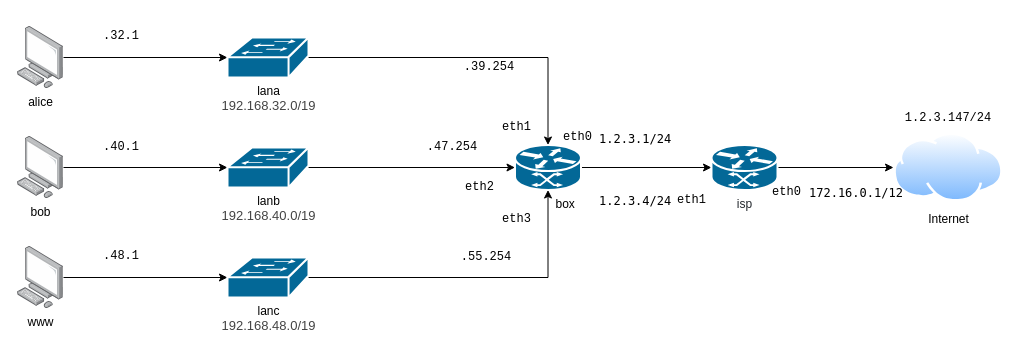
Before: labdev.drawio in Ayce45/labdev, a draw.io diagram. Source tidied: cells renumbered, new cells numbered last; positions are measured from the earlier drawing's top-left corner, leaving out a move shared by most shapes. Both pictures are drawn from the tidied source at 100%, with x=0, y=0 at pixel (17, 26).
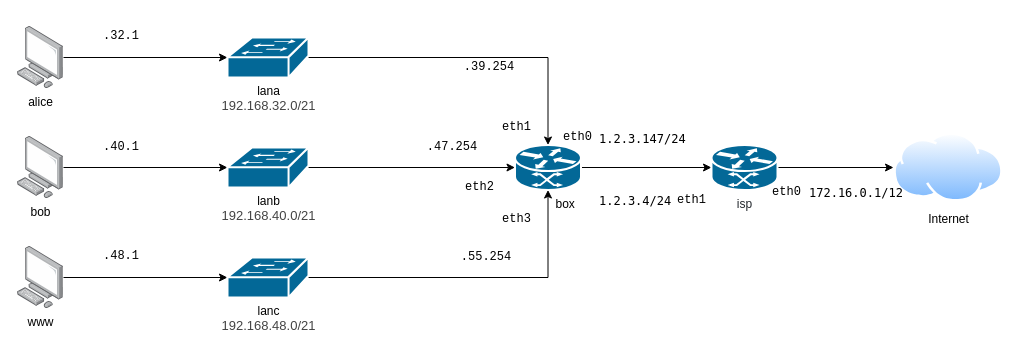
Above is the later version.

What changed in the source:
```diff
@@
-    <mxCell id="5" value="lana&lt;br&gt;&lt;span style=&quot;color: rgb(68 , 68 , 68) ; font-family: , &amp;#34;arial&amp;#34; , &amp;#34;helvetica&amp;#34; , sans-serif ; font-size: 13px ; white-space: normal ; background-color: rgb(255 , 255 , 255)&quot;&gt;192.168.32.0/19&lt;/span&gt;" style="shape=mxgraph.cisco.switches.workgroup_switch;html=1;dashed=0;fillColor=#036897;strokeColor=#ffffff;strokeWidth=2;verticalLabelPosition=bottom;verticalAlign=top;align=center;outlineConnect=0;" parent="1" vertex="1">
+    <mxCell id="5" value="lana&lt;br&gt;&lt;span style=&quot;color: rgb(68 , 68 , 68) ; font-family: , &amp;#34;arial&amp;#34; , &amp;#34;helvetica&amp;#34; , sans-serif ; font-size: 13px ; white-space: normal ; background-color: rgb(255 , 255 , 255)&quot;&gt;192.168.32.0/21&lt;/span&gt;" style="shape=mxgraph.cisco.switches.workgroup_switch;html=1;dashed=0;fillColor=#036897;strokeColor=#ffffff;strokeWidth=2;verticalLabelPosition=bottom;verticalAlign=top;align=center;outlineConnect=0;" parent="1" vertex="1">
       <mxGeometry x="210" y="11" width="81" height="40" as="geometry" />
     </mxCell>
@@
-    <mxCell id="9" value="lanb&lt;br&gt;&lt;span style=&quot;color: rgb(68 , 68 , 68) ; font-family: , &amp;#34;arial&amp;#34; , &amp;#34;helvetica&amp;#34; , sans-serif ; font-size: 13px ; white-space: normal ; background-color: rgb(255 , 255 , 255)&quot;&gt;192.168.40.0/19&lt;/span&gt;" style="shape=mxgraph.cisco.switches.workgroup_switch;html=1;dashed=0;fillColor=#036897;strokeColor=#ffffff;strokeWidth=2;verticalLabelPosition=bottom;verticalAlign=top;align=center;outlineConnect=0;" parent="1" vertex="1">
+    <mxCell id="9" value="lanb&lt;br&gt;&lt;span style=&quot;color: rgb(68 , 68 , 68) ; font-family: , &amp;#34;arial&amp;#34; , &amp;#34;helvetica&amp;#34; , sans-serif ; font-size: 13px ; white-space: normal ; background-color: rgb(255 , 255 , 255)&quot;&gt;192.168.40.0/21&lt;/span&gt;" style="shape=mxgraph.cisco.switches.workgroup_switch;html=1;dashed=0;fillColor=#036897;strokeColor=#ffffff;strokeWidth=2;verticalLabelPosition=bottom;verticalAlign=top;align=center;outlineConnect=0;" parent="1" vertex="1">
       <mxGeometry x="210" y="121" width="81" height="40" as="geometry" />
     </mxCell>
@@
-    <mxCell id="13" value="lanc&lt;br&gt;&lt;span style=&quot;color: rgb(68 , 68 , 68) ; font-family: , &amp;#34;arial&amp;#34; , &amp;#34;helvetica&amp;#34; , sans-serif ; font-size: 13px ; white-space: normal ; background-color: rgb(255 , 255 , 255)&quot;&gt;192.168.48.0/19&lt;/span&gt;" style="shape=mxgraph.cisco.switches.workgroup_switch;html=1;dashed=0;fillColor=#036897;strokeColor=#ffffff;strokeWidth=2;verticalLabelPosition=bottom;verticalAlign=top;align=center;outlineConnect=0;" parent="1" vertex="1">
+    <mxCell id="13" value="lanc&lt;br&gt;&lt;span style=&quot;color: rgb(68 , 68 , 68) ; font-family: , &amp;#34;arial&amp;#34; , &amp;#34;helvetica&amp;#34; , sans-serif ; font-size: 13px ; white-space: normal ; background-color: rgb(255 , 255 , 255)&quot;&gt;192.168.48.0/21&lt;/span&gt;" style="shape=mxgraph.cisco.switches.workgroup_switch;html=1;dashed=0;fillColor=#036897;strokeColor=#ffffff;strokeWidth=2;verticalLabelPosition=bottom;verticalAlign=top;align=center;outlineConnect=0;" parent="1" vertex="1">
       <mxGeometry x="210" y="231" width="81" height="40" as="geometry" />
     </mxCell>
@@
-    <mxCell id="18" value="&lt;p style=&quot;overflow-wrap: break-word ; white-space: pre-wrap&quot;&gt;&lt;font face=&quot;monospace&quot;&gt;1.2.3.147/24&lt;/font&gt;&lt;/p&gt;" style="text;html=1;strokeColor=none;fillColor=none;align=center;verticalAlign=middle;whiteSpace=wrap;rounded=0;" parent="1" vertex="1">
-      <mxGeometry x="873" y="81" width="116" height="20" as="geometry" />
-    </mxCell>
@@
-    <mxCell id="31" value="1.2.3.1/24" style="text;html=1;fontFamily=monospace;" parent="1" vertex="1">
+    <mxCell id="31" value="1.2.3.147/24" style="text;html=1;fontFamily=monospace;" parent="1" vertex="1">
       <mxGeometry x="580" y="98.5" width="80" height="20" as="geometry" />
     </mxCell>
```
